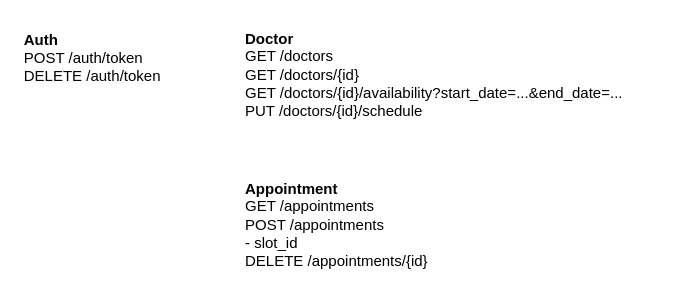
Above: page "APIs" (3 of 4) of projects/clinic_appointment_system/Untitled Diagram.drawio in Nhinlee/system-design-practice (draw.io), before the change. Source tidied: cells renumbered, new cells numbered last; positions are measured from the earlier drawing's top-left corner, leaving out a move shared by most shapes. Both pictures are drawn from the tidied source at 125%, with x=0, y=0 at pixel (21, 21).
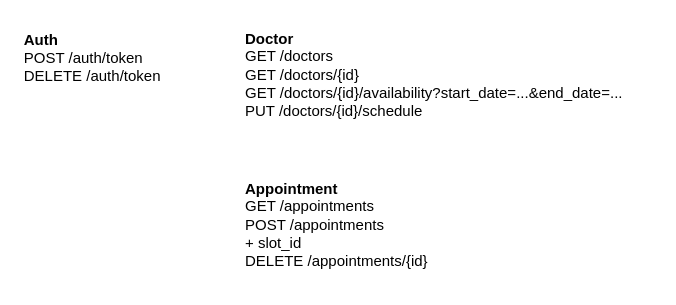
After the change.

Commit message:
Add infra design diagram

The edit, as a diff of the source:
```diff
@@
 <mxGraphModel>
   <root>
     <mxCell id="0" />
     <mxCell id="1" parent="0" />
     <mxCell id="2" value="&lt;div&gt;&lt;b&gt;Auth&lt;/b&gt;&lt;/div&gt;&lt;div&gt;POST /auth/token&lt;/div&gt;&lt;div&gt;DELETE /auth/token&lt;/div&gt;" style="text;html=1;align=left;verticalAlign=top;strokeColor=none;fillColor=none;horizontal=1;labelPosition=center;verticalLabelPosition=middle;" parent="1" vertex="1">
       <mxGeometry y="1" width="130" height="60" as="geometry" />
     </mxCell>
     <mxCell id="3" value="&lt;div&gt;&lt;b&gt;Doctor&lt;/b&gt;&lt;/div&gt;&lt;div&gt;GET /doctors&lt;/div&gt;&lt;div&gt;&lt;span style=&quot;background-color: transparent; color: light-dark(rgb(0, 0, 0), rgb(255, 255, 255));&quot;&gt;GET /doctors/{id}&lt;/span&gt;&lt;/div&gt;&lt;div&gt;GET /doctors/{id}/availability?start_date=...&amp;amp;end_date=...&lt;/div&gt;&lt;div&gt;PUT /doctors/{id}/schedule&lt;/div&gt;" style="text;html=1;align=left;verticalAlign=top;strokeColor=none;fillColor=none;horizontal=1;labelPosition=center;verticalLabelPosition=middle;" parent="1" vertex="1">
       <mxGeometry x="177" width="330" height="90" as="geometry" />
     </mxCell>
-    <mxCell id="4" value="&lt;div&gt;&lt;b&gt;Appointment&lt;/b&gt;&lt;/div&gt;&lt;div&gt;GET /appointments&lt;/div&gt;&lt;div&gt;&lt;span style=&quot;background-color: transparent; color: light-dark(rgb(0, 0, 0), rgb(255, 255, 255));&quot;&gt;POST /appointments&lt;/span&gt;&lt;/div&gt;&lt;div&gt;&lt;span style=&quot;background-color: transparent; color: light-dark(rgb(0, 0, 0), rgb(255, 255, 255));&quot;&gt;- slot_id&lt;/span&gt;&lt;/div&gt;&lt;div&gt;DELETE /appointments/{id}&lt;span style=&quot;background-color: transparent; color: light-dark(rgb(0, 0, 0), rgb(255, 255, 255));&quot;&gt;&lt;/span&gt;&lt;/div&gt;" style="text;html=1;align=left;verticalAlign=top;strokeColor=none;fillColor=none;horizontal=1;labelPosition=center;verticalLabelPosition=middle;" parent="1" vertex="1">
+    <mxCell id="4" value="&lt;div&gt;&lt;b&gt;Appointment&lt;/b&gt;&lt;/div&gt;&lt;div&gt;GET /appointments&lt;/div&gt;&lt;div&gt;&lt;span style=&quot;background-color: transparent; color: light-dark(rgb(0, 0, 0), rgb(255, 255, 255));&quot;&gt;POST /appointments&lt;/span&gt;&lt;/div&gt;&lt;div&gt;&lt;span style=&quot;background-color: transparent; color: light-dark(rgb(0, 0, 0), rgb(255, 255, 255));&quot;&gt;+ slot_id&lt;/span&gt;&lt;/div&gt;&lt;div&gt;DELETE /appointments/{id}&lt;span style=&quot;background-color: transparent; color: light-dark(rgb(0, 0, 0), rgb(255, 255, 255));&quot;&gt;&lt;/span&gt;&lt;/div&gt;" style="text;html=1;align=left;verticalAlign=top;strokeColor=none;fillColor=none;horizontal=1;labelPosition=center;verticalLabelPosition=middle;" parent="1" vertex="1">
       <mxGeometry x="177" y="120" width="170" height="90" as="geometry" />
     </mxCell>
   </root>
 </mxGraphModel>
```
